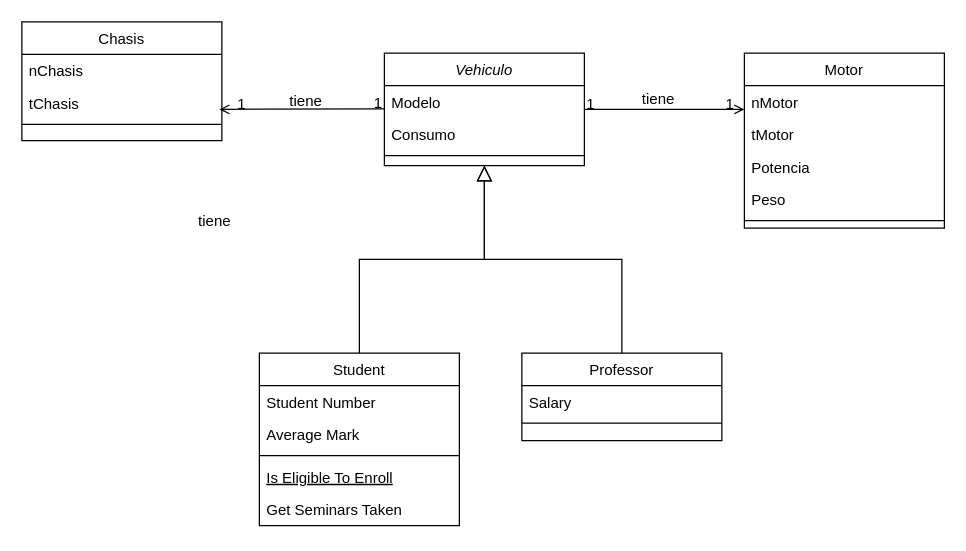
Above: workshop-1/Diagrama de Clases: workshop-1.drawio in He1JM/ModelosI2024-1Talleres (draw.io), before the change. Source tidied: cells renumbered, new cells numbered last; positions are measured from the earlier drawing's top-left corner, leaving out a move shared by most shapes. Both pictures are drawn from the tidied source at 125%, with x=0, y=0 at pixel (21, 21).
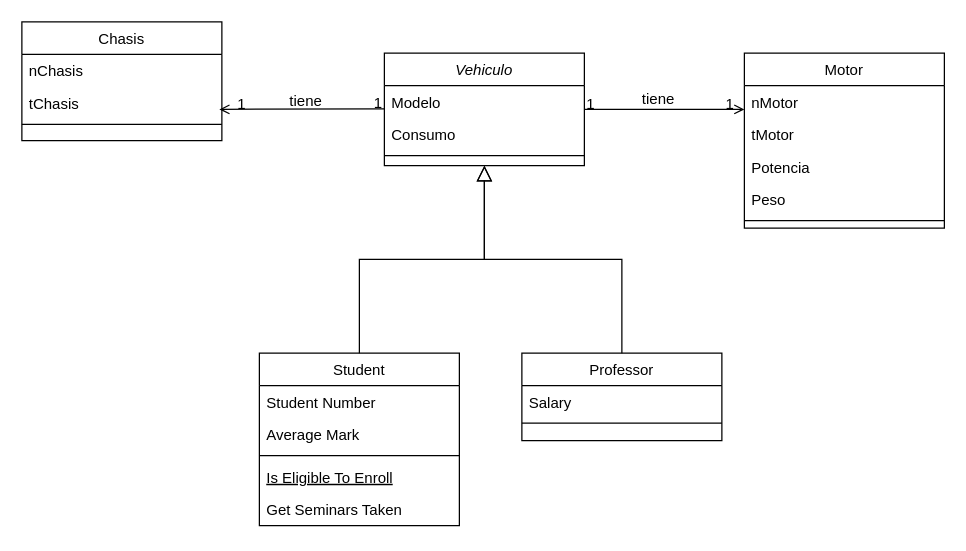
The same page after the edit.

Commit message:
Actualizar Diagrama de Clases: workshop-1.png

The change refers to these unchanged cells:
```xml
<mxCell id="27" style="endArrow=open;shadow=0;strokeWidth=1;rounded=0;curved=0;endFill=1;edgeStyle=elbowEdgeStyle;elbow=vertical;" parent="1" edge="1">
  <mxGeometry x="0.5" y="41" relative="1" as="geometry">
    <mxPoint x="290" y="69.5" as="sourcePoint" />
    <mxPoint x="158" y="70" as="targetPoint" />
    <mxPoint x="-40" y="32" as="offset" />
  </mxGeometry>
</mxCell>
```

Diff of the diagram source:
```diff
@@
-    <mxCell id="30" value="tiene" style="text;html=1;align=center;verticalAlign=middle;labelBackgroundColor=none;rounded=0;shadow=0;strokeWidth=1;fontSize=12;" parent="27" vertex="1">
-      <mxGeometry x="0.5" y="49" relative="1" as="geometry">
-        <mxPoint x="-38" y="40" as="offset" />
-      </mxGeometry>
-    </mxCell>
```
